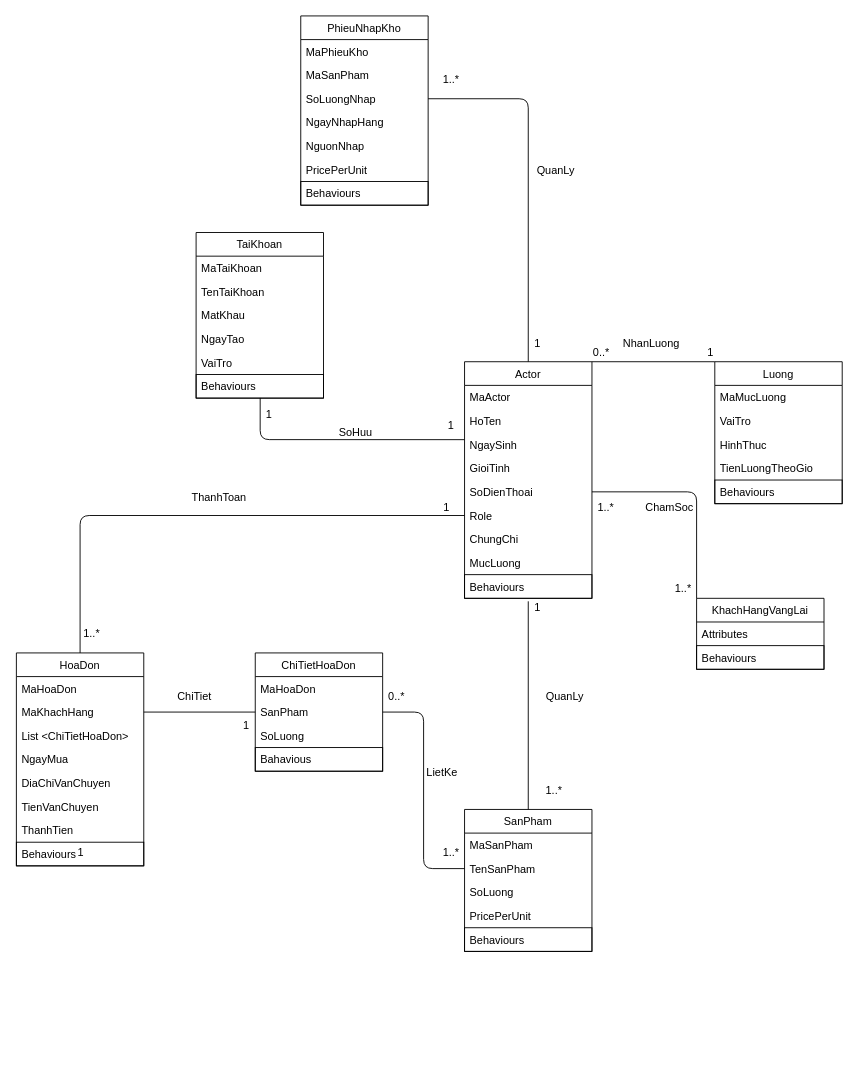
This is page "Conception-model_version2" (10 of 10) of do_an_cong_nghe_phan_mem.drawio from VoVanDuc20110635/DoAnCongNghePhanMem, a draw.io file, before an edit. Source tidied: cells renumbered, new cells numbered last; positions are measured from the earlier drawing's top-left corner, leaving out a move shared by most shapes. Both pictures are drawn from the tidied source at 91%, with x=0, y=0 at pixel (15, 15).
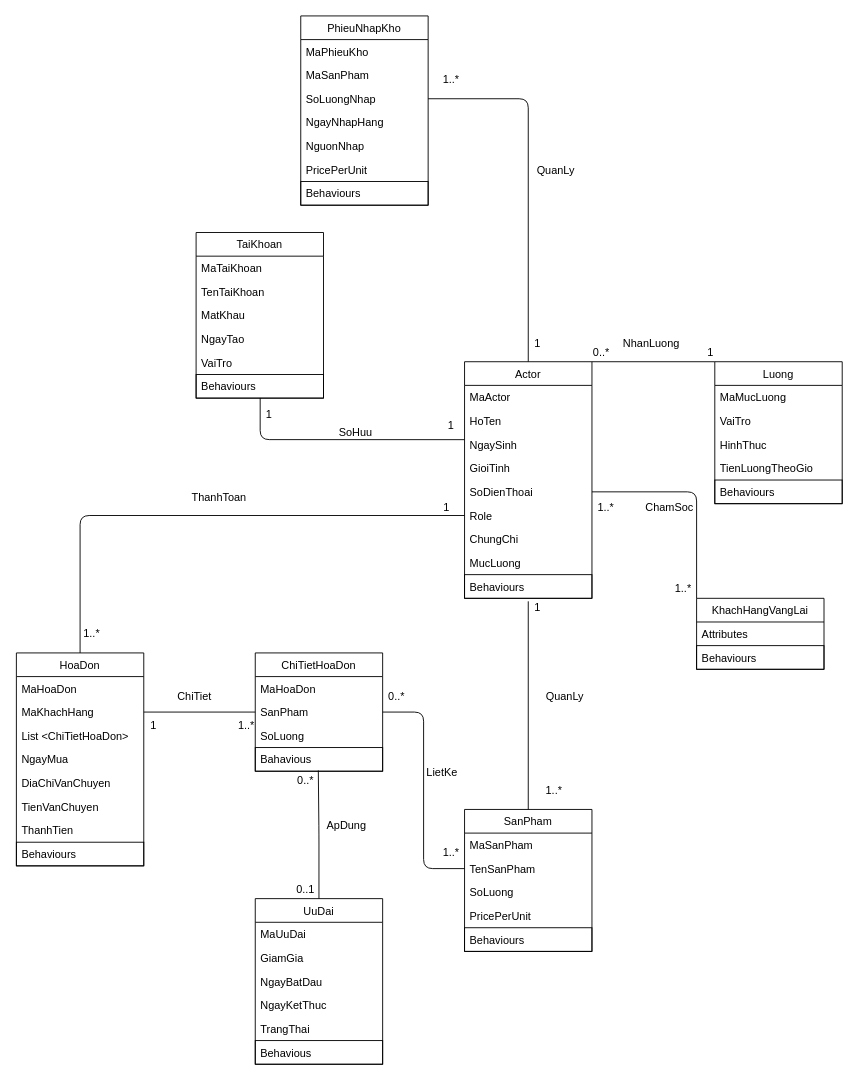
The same diagram, later.

Commit message:
update bang uu dai

Unchanged cells that the change refers to:
```xml
<mxCell id="78" value="Bahavious" style="text;align=left;verticalAlign=top;spacingLeft=4;spacingRight=4;overflow=hidden;points=[[0,0.5],[1,0.5]];portConstraint=eastwest;strokeWidth=1;labelBorderColor=none;rounded=0;shadow=0;strokeColor=#000000;" parent="74" vertex="1">
  <mxGeometry y="104" width="140" height="26" as="geometry" />
</mxCell>
```

What changed in the source:
```diff
@@
     <mxCell id="81" value="1" style="text;html=1;align=center;verticalAlign=middle;" parent="1" vertex="1">
-      <mxGeometry x="60.5" y="910" width="20" height="20" as="geometry" />
+      <mxGeometry x="140.5" y="770" width="20" height="20" as="geometry" />
     </mxCell>
-    <mxCell id="82" value="1" style="text;html=1;align=center;verticalAlign=middle;" parent="1" vertex="1">
-      <mxGeometry x="243" y="770" width="20" height="20" as="geometry" />
+    <mxCell id="82" value="1..*" style="text;html=1;align=center;verticalAlign=middle;" parent="1" vertex="1">
+      <mxGeometry x="238" y="770" width="30" height="20" as="geometry" />
     </mxCell>
@@
+    <mxCell id="88" value="UuDai" style="swimlane;fontStyle=0;horizontal=1;startSize=26;fillColor=none;" parent="1" vertex="1">
+      <mxGeometry x="263" y="970" width="140" height="182" as="geometry" />
+    </mxCell>
+    <mxCell id="89" value="MaUuDai" style="text;strokeColor=none;fillColor=none;align=left;verticalAlign=top;spacingLeft=4;spacingRight=4;overflow=hidden;" parent="88" vertex="1">
+      <mxGeometry y="26" width="140" height="26" as="geometry" />
+    </mxCell>
+    <mxCell id="90" value="GiamGia" style="text;strokeColor=none;fillColor=none;align=left;verticalAlign=top;spacingLeft=4;spacingRight=4;overflow=hidden;" parent="88" vertex="1">
+      <mxGeometry y="52" width="140" height="26" as="geometry" />
+    </mxCell>
+    <mxCell id="91" value="NgayBatDau&#10;" style="text;strokeColor=none;fillColor=none;align=left;verticalAlign=top;spacingLeft=4;spacingRight=4;overflow=hidden;" parent="88" vertex="1">
+      <mxGeometry y="78" width="140" height="26" as="geometry" />
+    </mxCell>
+    <mxCell id="92" value="NgayKetThuc" style="text;strokeColor=none;fillColor=none;align=left;verticalAlign=top;spacingLeft=4;spacingRight=4;overflow=hidden;" parent="88" vertex="1">
+      <mxGeometry y="104" width="140" height="26" as="geometry" />
+    </mxCell>
+    <mxCell id="93" value="TrangThai" style="text;strokeColor=none;fillColor=none;align=left;verticalAlign=top;spacingLeft=4;spacingRight=4;overflow=hidden;" parent="88" vertex="1">
+      <mxGeometry y="130" width="140" height="26" as="geometry" />
+    </mxCell>
+    <mxCell id="94" value="Behavious" style="text;align=left;verticalAlign=top;spacingLeft=4;spacingRight=4;overflow=hidden;strokeColor=#000000;" parent="88" vertex="1">
+      <mxGeometry y="156" width="140" height="26" as="geometry" />
+    </mxCell>
+    <mxCell id="95" style="endArrow=none;html=1;edgeStyle=orthogonalEdgeStyle;entryX=0.495;entryY=0.968;entryDx=0;entryDy=0;entryPerimeter=0;exitX=0.5;exitY=0;exitDx=0;exitDy=0;" parent="1" edge="1" source="88" target="78">
+      <mxGeometry relative="1" as="geometry" />
+    </mxCell>
+    <mxCell id="96" value="0..*" style="text;html=1;align=center;verticalAlign=middle;" parent="1" vertex="1">
+      <mxGeometry x="303" y="830" width="30" height="20" as="geometry" />
+    </mxCell>
+    <mxCell id="97" value="0..1" style="text;html=1;align=center;verticalAlign=middle;" parent="1" vertex="1">
+      <mxGeometry x="298" y="950" width="40" height="20" as="geometry" />
+    </mxCell>
+    <mxCell id="98" value="ApDung" style="text;html=1;align=center;verticalAlign=middle;" parent="1" vertex="1">
+      <mxGeometry x="333" y="880" width="60" height="20" as="geometry" />
+    </mxCell>
```
